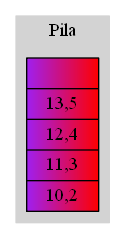
Before: graficaPila.png, a diagram exported from Graphviz (Tiago-130414/EDD_1S2019_P1_201313722). Its source is kept beside it as graficaPila.dot.
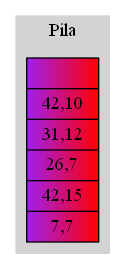
The same file after the commit.

Change to the diagram source:
```diff
@@ -8,10 +8,11 @@
 node_GP[shape = record
 label="{
  |
-13,5|
-12,4|
-11,3|
-10,2}"
+42,10|
+31,12|
+26,7|
+42,15|
+7,7}"
 ];
 label = "Pila";
 }
```
